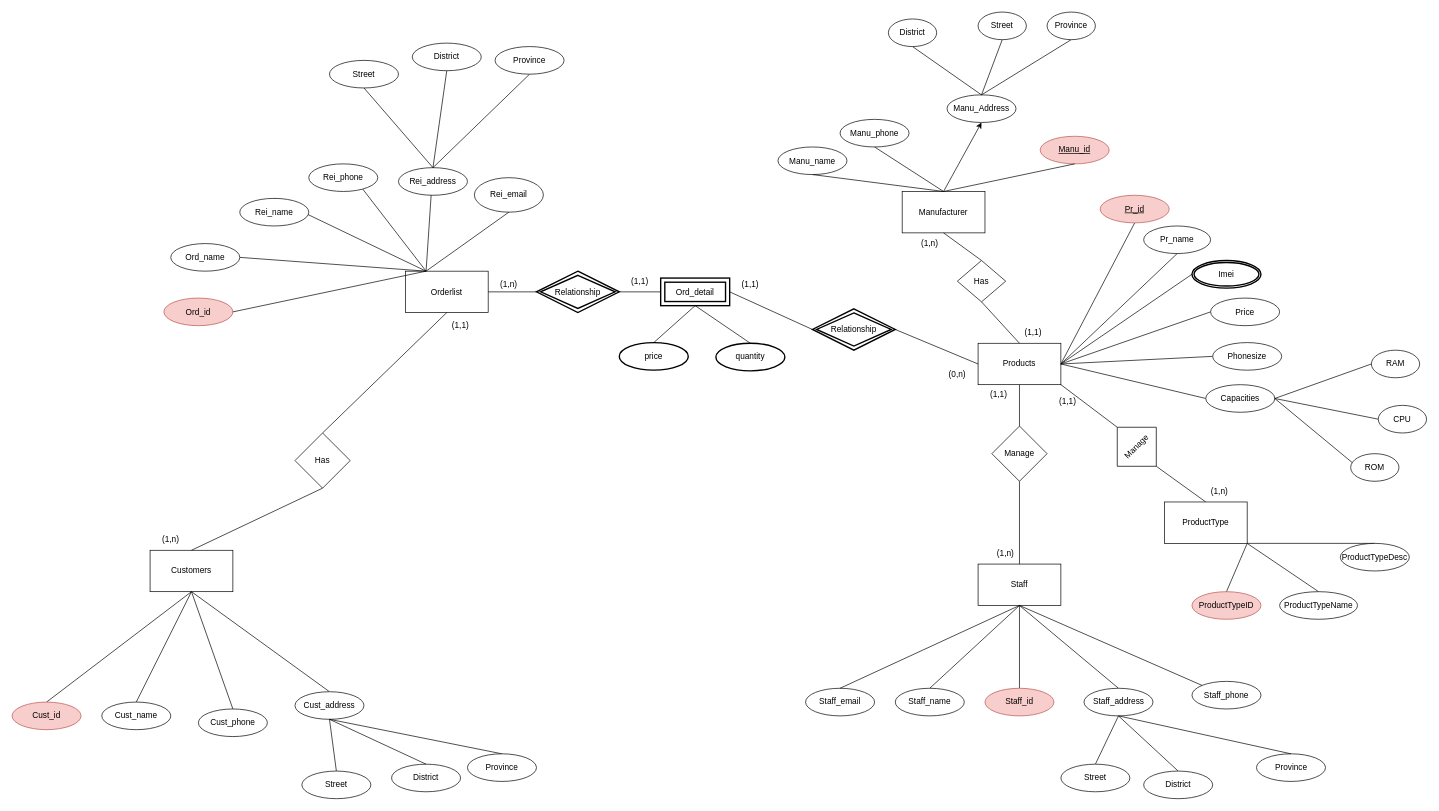
Above: ERD Phone.drawio in khanh8603/khanh8603 (draw.io), before the change. Source tidied: cells renumbered, new cells numbered last; positions are measured from the earlier drawing's top-left corner, leaving out a move shared by most shapes. Both pictures are drawn from the tidied source at 69%, with x=0, y=0 at pixel (12, 12).
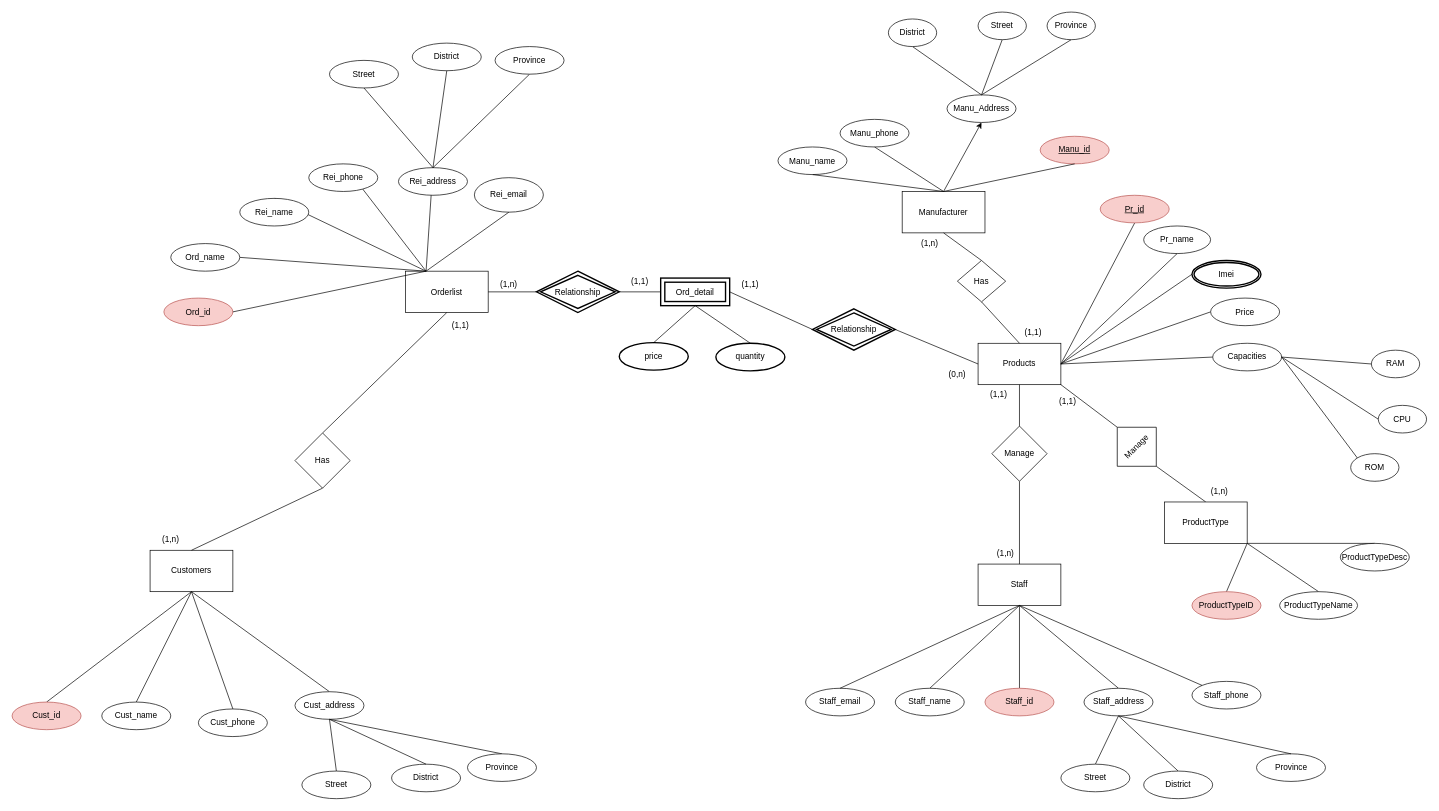
After the change.

Commit message:
Cập nhật ERD Phone.drawio

The change refers to these unchanged cells:
```xml
<mxCell id="7" value="Products" style="rounded=0;whiteSpace=wrap;html=1;strokeColor=#000000;fillColor=default;" parent="1" vertex="1">
  <mxGeometry x="1400" y="480" width="120" height="60" as="geometry" />
</mxCell>
```

What changed in the source:
```diff
@@
-    <mxCell id="16" style="endArrow=none;html=1;rounded=0;exitX=1;exitY=0.5;exitDx=0;exitDy=0;entryX=0;entryY=0.5;entryDx=0;entryDy=0;" parent="1" edge="1" source="7" target="17">
-      <mxGeometry relative="1" as="geometry" />
-    </mxCell>
-    <mxCell id="17" value="Phonesize" style="ellipse;whiteSpace=wrap;html=1;align=center;strokeColor=#000000;fillColor=default;" parent="1" vertex="1">
-      <mxGeometry x="1740" y="479" width="100" height="40" as="geometry" />
-    </mxCell>
@@
     <mxCell id="19" value="Capacities" style="ellipse;whiteSpace=wrap;html=1;align=center;strokeColor=#000000;fillColor=default;" parent="1" vertex="1">
-      <mxGeometry x="1730" y="540" width="100" height="40" as="geometry" />
+      <mxGeometry x="1740" y="480" width="100" height="40" as="geometry" />
     </mxCell>
```
